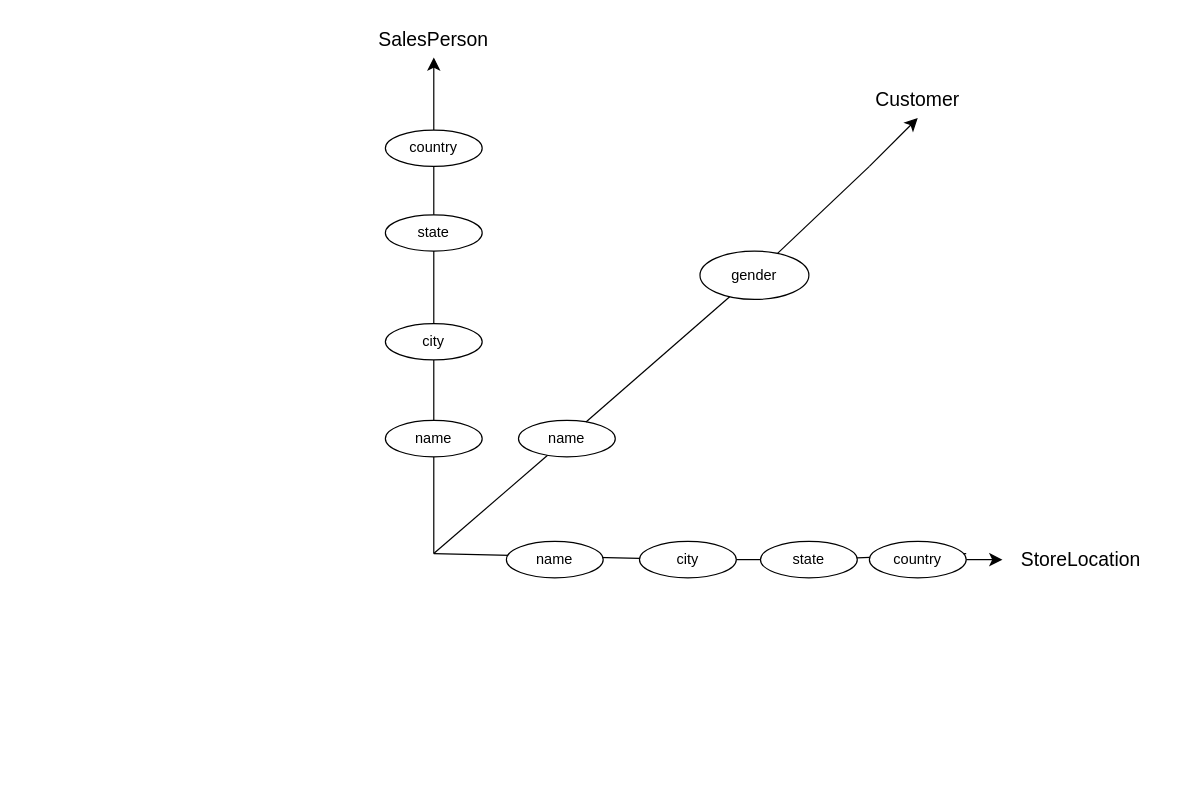
Earlier version of the draw.io diagram Lab/Wk4_Starnet.drawio (fionahiiwx/CITS3201). Source tidied: cells renumbered, new cells numbered last; positions are measured from the earlier drawing's top-left corner, leaving out a move shared by most shapes. Both pictures are drawn from the tidied source at 121%, with x=0, y=0 at pixel (385, 21).
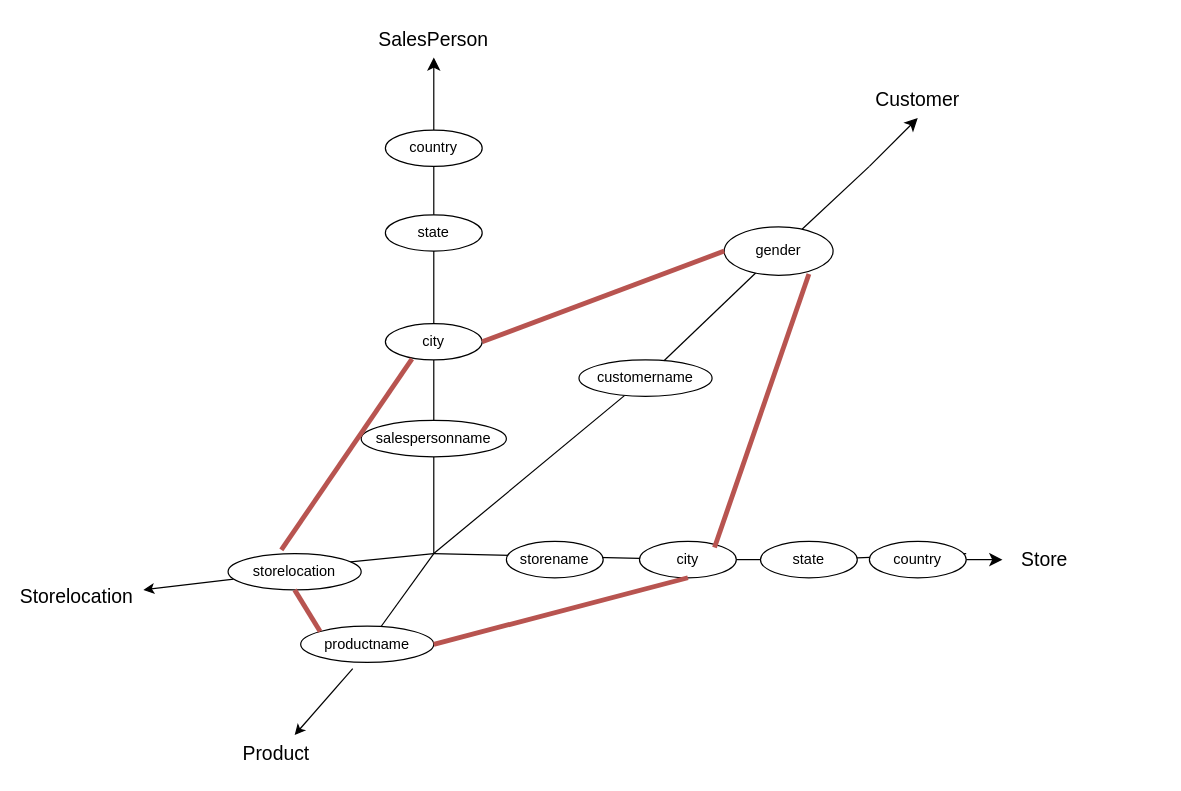
Above is the later version.

Unchanged cells that the change refers to:
```xml
<mxCell id="17" value="city" style="ellipse;whiteSpace=wrap;html=1;" parent="1" vertex="1">
  <mxGeometry y="250" width="80" height="30" as="geometry" />
</mxCell>
<mxCell id="21" value="city" style="ellipse;whiteSpace=wrap;html=1;" parent="1" vertex="1">
  <mxGeometry x="210" y="430" width="80" height="30" as="geometry" />
</mxCell>
```

Change to the diagram source:
```diff
@@
-    <mxCell id="7" value="StoreLocation" style="text;html=1;align=center;verticalAlign=middle;whiteSpace=wrap;rounded=0;fontSize=16;" parent="1" vertex="1">
-      <mxGeometry x="510" y="430" width="130" height="30" as="geometry" />
+    <mxCell id="7" value="Store" style="text;html=1;align=center;verticalAlign=middle;whiteSpace=wrap;rounded=0;fontSize=16;" parent="1" vertex="1">
+      <mxGeometry x="510" y="430" width="70" height="30" as="geometry" />
     </mxCell>
@@
-    <mxCell id="9" value="name" style="ellipse;whiteSpace=wrap;html=1;" parent="1" vertex="1">
-      <mxGeometry x="110" y="330" width="80" height="30" as="geometry" />
+    <mxCell id="9" value="customername" style="ellipse;whiteSpace=wrap;html=1;" parent="1" vertex="1">
+      <mxGeometry x="160" y="280" width="110" height="30" as="geometry" />
     </mxCell>
@@
     <mxCell id="11" value="gender" style="ellipse;whiteSpace=wrap;html=1;" parent="1" vertex="1">
-      <mxGeometry x="260" y="190" width="90" height="40" as="geometry" />
+      <mxGeometry x="280" y="170" width="90" height="40" as="geometry" />
     </mxCell>
@@
-    <mxCell id="13" value="name" style="ellipse;whiteSpace=wrap;html=1;" parent="1" vertex="1">
-      <mxGeometry y="330" width="80" height="30" as="geometry" />
+    <mxCell id="13" value="salespersonname" style="ellipse;whiteSpace=wrap;html=1;" parent="1" vertex="1">
+      <mxGeometry x="-20" y="330" width="120" height="30" as="geometry" />
     </mxCell>
@@
-    <mxCell id="22" value="name" style="ellipse;whiteSpace=wrap;html=1;" parent="1" vertex="1">
+    <mxCell id="22" value="storename" style="ellipse;whiteSpace=wrap;html=1;" parent="1" vertex="1">
       <mxGeometry x="100" y="430" width="80" height="30" as="geometry" />
     </mxCell>
@@
+    <mxCell id="27" style="endArrow=none;html=1;rounded=0;" parent="1" edge="1">
+      <mxGeometry relative="1" as="geometry">
+        <mxPoint x="-60" y="450" as="sourcePoint" />
+        <mxPoint x="40" y="440" as="targetPoint" />
+      </mxGeometry>
+    </mxCell>
+    <mxCell id="28" style="endArrow=none;html=1;rounded=0;exitX=0.573;exitY=0.167;exitDx=0;exitDy=0;exitPerimeter=0;" parent="1" edge="1" source="29">
+      <mxGeometry relative="1" as="geometry">
+        <mxPoint x="40" y="440" as="targetPoint" />
+      </mxGeometry>
+    </mxCell>
+    <mxCell id="29" value="productname" style="ellipse;whiteSpace=wrap;html=1;" parent="1" vertex="1">
+      <mxGeometry x="-70" y="500" width="110" height="30" as="geometry" />
+    </mxCell>
+    <mxCell id="30" value="Product" style="text;html=1;align=center;verticalAlign=middle;whiteSpace=wrap;rounded=0;fontSize=16;" parent="1" vertex="1">
+      <mxGeometry x="-120" y="590" width="60" height="30" as="geometry" />
+    </mxCell>
+    <mxCell id="31" style="endArrow=classic;html=1;rounded=0;exitX=0.391;exitY=1.167;exitDx=0;exitDy=0;exitPerimeter=0;entryX=0.75;entryY=0;entryDx=0;entryDy=0;" parent="1" edge="1" source="29" target="30">
+      <mxGeometry relative="1" as="geometry" />
+    </mxCell>
+    <mxCell id="32" style="endArrow=classic;html=1;rounded=0;" parent="1" edge="1" source="34">
+      <mxGeometry relative="1" as="geometry">
+        <mxPoint x="-200" y="470" as="targetPoint" />
+      </mxGeometry>
+    </mxCell>
+    <mxCell id="33" style="endArrow=classic;html=1;rounded=0;" parent="1" edge="1" target="34">
+      <mxGeometry relative="1" as="geometry">
+        <mxPoint x="-60" y="450" as="sourcePoint" />
+      </mxGeometry>
+    </mxCell>
+    <mxCell id="34" value="storelocation" style="ellipse;whiteSpace=wrap;html=1;" parent="1" vertex="1">
+      <mxGeometry x="-130" y="440" width="110" height="30" as="geometry" />
+    </mxCell>
+    <mxCell id="35" value="Storelocation" style="text;html=1;align=center;verticalAlign=middle;whiteSpace=wrap;rounded=0;fontSize=16;" parent="1" vertex="1">
+      <mxGeometry x="-300" y="460" width="90" height="30" as="geometry" />
+    </mxCell>
+    <mxCell id="36" style="endArrow=none;html=1;rounded=0;fillColor=#f8cecc;strokeColor=#b85450;entryX=1;entryY=0.5;entryDx=0;entryDy=0;exitX=0.5;exitY=1;exitDx=0;exitDy=0;strokeWidth=4;" parent="1" edge="1" source="21" target="29">
+      <mxGeometry relative="1" as="geometry" />
+    </mxCell>
+    <mxCell id="37" style="endArrow=none;html=1;rounded=0;fillColor=#f8cecc;strokeColor=#b85450;entryX=0.778;entryY=0.975;entryDx=0;entryDy=0;exitX=0.775;exitY=0.167;exitDx=0;exitDy=0;entryPerimeter=0;exitPerimeter=0;strokeWidth=4;" parent="1" edge="1" source="21" target="11">
+      <mxGeometry relative="1" as="geometry" />
+    </mxCell>
+    <mxCell id="38" style="endArrow=none;html=1;rounded=0;fillColor=#f8cecc;strokeColor=#b85450;entryX=0;entryY=0;entryDx=0;entryDy=0;exitX=0.5;exitY=1;exitDx=0;exitDy=0;strokeWidth=4;" parent="1" edge="1" source="34" target="29">
+      <mxGeometry relative="1" as="geometry" />
+    </mxCell>
+    <mxCell id="39" style="endArrow=none;html=1;rounded=0;fillColor=#f8cecc;strokeColor=#b85450;entryX=0;entryY=0.5;entryDx=0;entryDy=0;exitX=1;exitY=0.5;exitDx=0;exitDy=0;strokeWidth=4;" parent="1" edge="1" source="17" target="11">
+      <mxGeometry relative="1" as="geometry" />
+    </mxCell>
+    <mxCell id="40" style="endArrow=none;html=1;rounded=0;fillColor=#f8cecc;strokeColor=#b85450;entryX=0.4;entryY=-0.1;entryDx=0;entryDy=0;exitX=0.275;exitY=0.967;exitDx=0;exitDy=0;strokeWidth=4;entryPerimeter=0;exitPerimeter=0;" parent="1" edge="1" source="17" target="34">
+      <mxGeometry relative="1" as="geometry" />
+    </mxCell>
```
